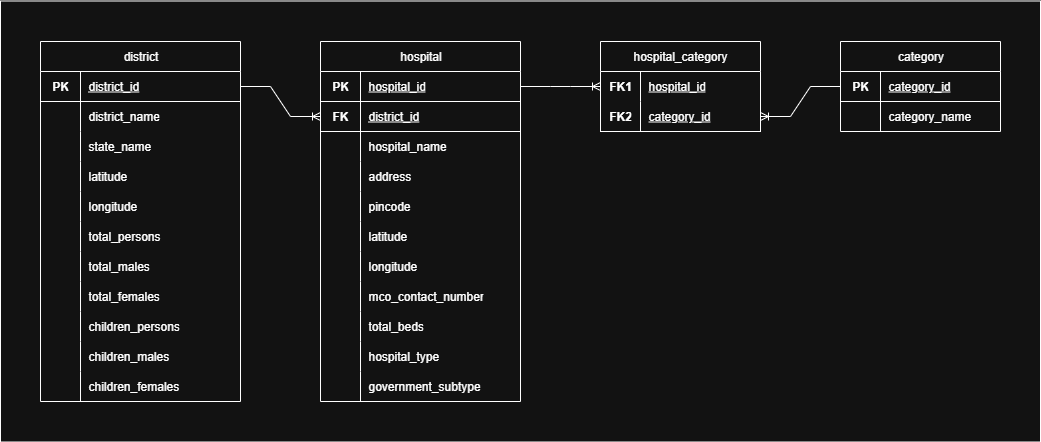
The draw.io diagram docs/images/database-schema-diagram.png in nikhil-dhumal/EquiHealth, before a commit. Source tidied: cells renumbered, new cells last; positions are measured from the earlier drawing's top-left corner, leaving out a move shared by most shapes.
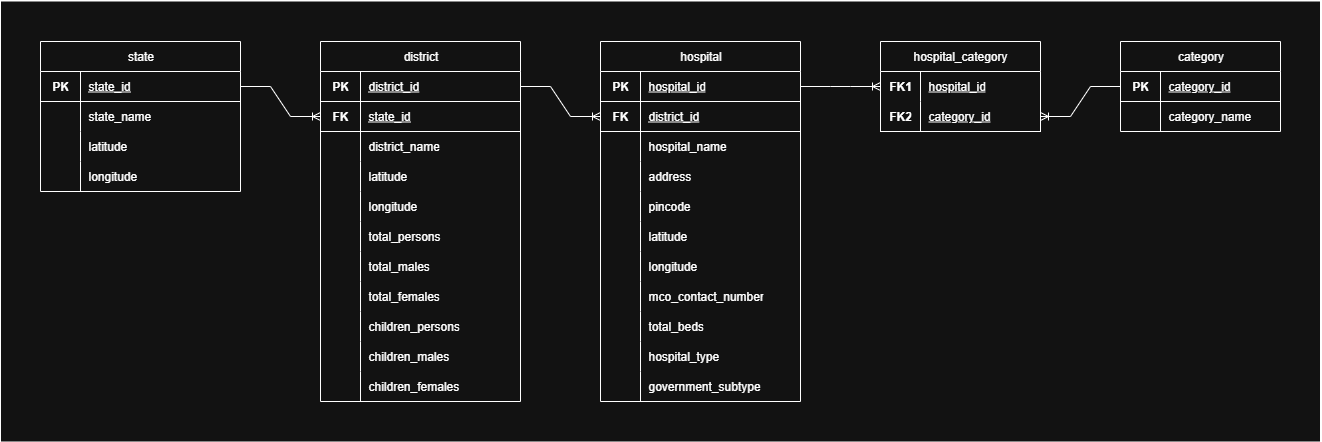
The same diagram one commit later.

Commit message:
Update database schema to include State table

Diff of the diagram source:
```diff
@@ -3,7 +3,7 @@
     <mxCell id="0" />
     <mxCell id="1" parent="0" />
     <mxCell id="2" style="rounded=0;whiteSpace=wrap;html=1;fillColor=default;" parent="1" vertex="1">
-      <mxGeometry y="-0.5" width="1040" height="441" as="geometry" />
+      <mxGeometry x="-280" y="-0.5" width="1320" height="441" as="geometry" />
     </mxCell>
     <mxCell id="3" value="&lt;span style=&quot;font-weight: 400;&quot;&gt;category&lt;/span&gt;" style="shape=table;startSize=30;rowLines=0;fontStyle=1;align=center;html=1;" parent="1" vertex="1">
       <mxGeometry x="840" y="40" width="160" height="90" as="geometry" />
@@ -167,8 +167,17 @@
     <mxCell id="56" value="&lt;span style=&quot;font-weight: 400;&quot;&gt;district_id&lt;/span&gt;" style="shape=partialRectangle;fillColor=none;top=0;left=0;bottom=0;right=0;align=left;spacingLeft=6;fontStyle=5;overflow=hidden;whiteSpace=wrap;html=1;" parent="54" vertex="1">
       <mxGeometry x="40" width="160" height="30" as="geometry" />
     </mxCell>
+    <mxCell id="88" style="shape=tableRow;horizontal=0;startSize=0;swimlaneHead=0;swimlaneBody=0;fillColor=none;points=[[0,0.5],[1,0.5]];portConstraint=eastwest;top=0;left=0;right=0;bottom=1;" parent="53" vertex="1">
+      <mxGeometry y="60" width="200" height="30" as="geometry" />
+    </mxCell>
+    <mxCell id="89" value="FK" style="shape=partialRectangle;fillColor=none;top=0;left=0;bottom=0;right=0;fontStyle=1;overflow=hidden;whiteSpace=wrap;html=1;" parent="88" vertex="1">
+      <mxGeometry width="40" height="30" as="geometry" />
+    </mxCell>
+    <mxCell id="90" value="&lt;span style=&quot;font-weight: 400;&quot;&gt;state_id&lt;/span&gt;" style="shape=partialRectangle;fillColor=none;top=0;left=0;bottom=0;right=0;align=left;spacingLeft=6;fontStyle=5;overflow=hidden;whiteSpace=wrap;html=1;" parent="88" vertex="1">
+      <mxGeometry x="40" width="160" height="30" as="geometry" />
+    </mxCell>
     <mxCell id="57" style="shape=tableRow;horizontal=0;startSize=0;swimlaneHead=0;swimlaneBody=0;fillColor=none;top=0;left=0;right=0;bottom=0;" parent="53" vertex="1">
-      <mxGeometry y="60" width="200" height="30" as="geometry" />
+      <mxGeometry y="90" width="200" height="30" as="geometry" />
     </mxCell>
     <mxCell id="58" style="shape=partialRectangle;fillColor=none;top=0;left=0;bottom=0;right=0;overflow=hidden;whiteSpace=wrap;html=1;" parent="57" vertex="1">
       <mxGeometry width="40" height="30" as="geometry" />
@@ -176,15 +185,6 @@
     <mxCell id="59" value="district_name" style="shape=partialRectangle;fillColor=none;top=0;left=0;bottom=0;right=0;align=left;spacingLeft=6;overflow=hidden;whiteSpace=wrap;html=1;" parent="57" vertex="1">
       <mxGeometry x="40" width="160" height="30" as="geometry" />
     </mxCell>
-    <mxCell id="60" style="shape=tableRow;horizontal=0;startSize=0;swimlaneHead=0;swimlaneBody=0;fillColor=none;top=0;left=0;right=0;bottom=0;" parent="53" vertex="1">
-      <mxGeometry y="90" width="200" height="30" as="geometry" />
-    </mxCell>
-    <mxCell id="61" style="shape=partialRectangle;fillColor=none;top=0;left=0;bottom=0;right=0;overflow=hidden;whiteSpace=wrap;html=1;" parent="60" vertex="1">
-      <mxGeometry width="40" height="30" as="geometry" />
-    </mxCell>
-    <mxCell id="62" value="state_name" style="shape=partialRectangle;fillColor=none;top=0;left=0;bottom=0;right=0;align=left;spacingLeft=6;overflow=hidden;whiteSpace=wrap;html=1;" parent="60" vertex="1">
-      <mxGeometry x="40" width="160" height="30" as="geometry" />
-    </mxCell>
     <mxCell id="63" style="shape=tableRow;horizontal=0;startSize=0;swimlaneHead=0;swimlaneBody=0;fillColor=none;top=0;left=0;right=0;bottom=0;" parent="53" vertex="1">
       <mxGeometry y="120" width="200" height="30" as="geometry" />
     </mxCell>
@@ -260,5 +260,47 @@
     <mxCell id="87" style="edgeStyle=entityRelationEdgeStyle;fontSize=12;html=1;endArrow=ERoneToMany;rounded=0;entryX=0;entryY=0.5;entryDx=0;entryDy=0;exitX=1;exitY=0.5;exitDx=0;exitDy=0;" parent="1" edge="1" source="54" target="23">
       <mxGeometry relative="1" as="geometry" />
     </mxCell>
+    <mxCell id="91" value="&lt;span style=&quot;font-weight: 400;&quot;&gt;state&lt;/span&gt;" style="shape=table;startSize=30;rowLines=0;fontStyle=1;align=center;html=1;" parent="1" vertex="1">
+      <mxGeometry x="-240" y="40" width="200" height="150" as="geometry" />
+    </mxCell>
+    <mxCell id="92" style="shape=tableRow;horizontal=0;startSize=0;swimlaneHead=0;swimlaneBody=0;fillColor=none;points=[[0,0.5],[1,0.5]];portConstraint=eastwest;top=0;left=0;right=0;bottom=1;" parent="91" vertex="1">
+      <mxGeometry y="30" width="200" height="30" as="geometry" />
+    </mxCell>
+    <mxCell id="93" value="PK" style="shape=partialRectangle;fillColor=none;top=0;left=0;bottom=0;right=0;fontStyle=1;overflow=hidden;whiteSpace=wrap;html=1;" parent="92" vertex="1">
+      <mxGeometry width="40" height="30" as="geometry" />
+    </mxCell>
+    <mxCell id="94" value="&lt;span style=&quot;font-weight: 400;&quot;&gt;state_id&lt;/span&gt;" style="shape=partialRectangle;fillColor=none;top=0;left=0;bottom=0;right=0;align=left;spacingLeft=6;fontStyle=5;overflow=hidden;whiteSpace=wrap;html=1;" parent="92" vertex="1">
+      <mxGeometry x="40" width="160" height="30" as="geometry" />
+    </mxCell>
+    <mxCell id="95" style="shape=tableRow;horizontal=0;startSize=0;swimlaneHead=0;swimlaneBody=0;fillColor=none;top=0;left=0;right=0;bottom=0;" parent="91" vertex="1">
+      <mxGeometry y="60" width="200" height="30" as="geometry" />
+    </mxCell>
+    <mxCell id="96" style="shape=partialRectangle;fillColor=none;top=0;left=0;bottom=0;right=0;overflow=hidden;whiteSpace=wrap;html=1;" parent="95" vertex="1">
+      <mxGeometry width="40" height="30" as="geometry" />
+    </mxCell>
+    <mxCell id="62" value="state_name" style="shape=partialRectangle;fillColor=none;top=0;left=0;bottom=0;right=0;align=left;spacingLeft=6;overflow=hidden;whiteSpace=wrap;html=1;" parent="95" vertex="1">
+      <mxGeometry x="40" width="160" height="30" as="geometry" />
+    </mxCell>
+    <mxCell id="60" style="shape=tableRow;horizontal=0;startSize=0;swimlaneHead=0;swimlaneBody=0;fillColor=none;top=0;left=0;right=0;bottom=0;" parent="91" vertex="1">
+      <mxGeometry y="90" width="200" height="30" as="geometry" />
+    </mxCell>
+    <mxCell id="97" style="shape=partialRectangle;fillColor=none;top=0;left=0;bottom=0;right=0;overflow=hidden;whiteSpace=wrap;html=1;" parent="60" vertex="1">
+      <mxGeometry width="40" height="30" as="geometry" />
+    </mxCell>
+    <mxCell id="98" value="latitude" style="shape=partialRectangle;fillColor=none;top=0;left=0;bottom=0;right=0;align=left;spacingLeft=6;overflow=hidden;whiteSpace=wrap;html=1;" parent="60" vertex="1">
+      <mxGeometry x="40" width="160" height="30" as="geometry" />
+    </mxCell>
+    <mxCell id="99" style="shape=tableRow;horizontal=0;startSize=0;swimlaneHead=0;swimlaneBody=0;fillColor=none;top=0;left=0;right=0;bottom=0;" parent="91" vertex="1">
+      <mxGeometry y="120" width="200" height="30" as="geometry" />
+    </mxCell>
+    <mxCell id="100" style="shape=partialRectangle;fillColor=none;top=0;left=0;bottom=0;right=0;overflow=hidden;whiteSpace=wrap;html=1;" parent="99" vertex="1">
+      <mxGeometry width="40" height="30" as="geometry" />
+    </mxCell>
+    <mxCell id="101" value="longitude" style="shape=partialRectangle;fillColor=none;top=0;left=0;bottom=0;right=0;align=left;spacingLeft=6;overflow=hidden;whiteSpace=wrap;html=1;" parent="99" vertex="1">
+      <mxGeometry x="40" width="160" height="30" as="geometry" />
+    </mxCell>
+    <mxCell id="102" style="edgeStyle=entityRelationEdgeStyle;fontSize=12;html=1;endArrow=ERoneToMany;rounded=0;exitX=1;exitY=0.5;exitDx=0;exitDy=0;entryX=0;entryY=0.5;entryDx=0;entryDy=0;" parent="1" edge="1" source="92" target="88">
+      <mxGeometry relative="1" as="geometry" />
+    </mxCell>
   </root>
 </mxGraphModel>
```
